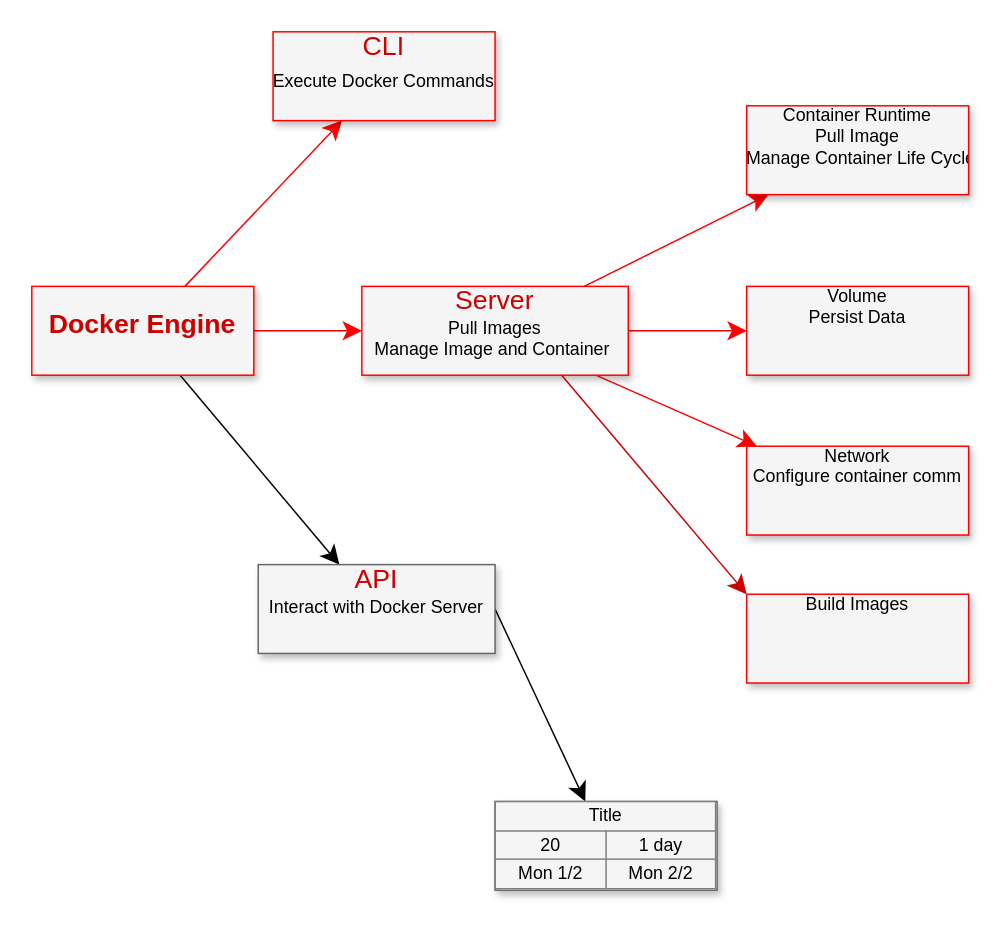
The draw.io diagram Docker Architecture Diagram.drawio in utkaln/learn-docker, before the edit. Source tidied: cells renumbered, new cells numbered last; positions are measured from the earlier drawing's top-left corner, leaving out a move shared by most shapes. Both pictures are drawn from the tidied source at 148%, with x=0, y=0 at pixel (31, 31).
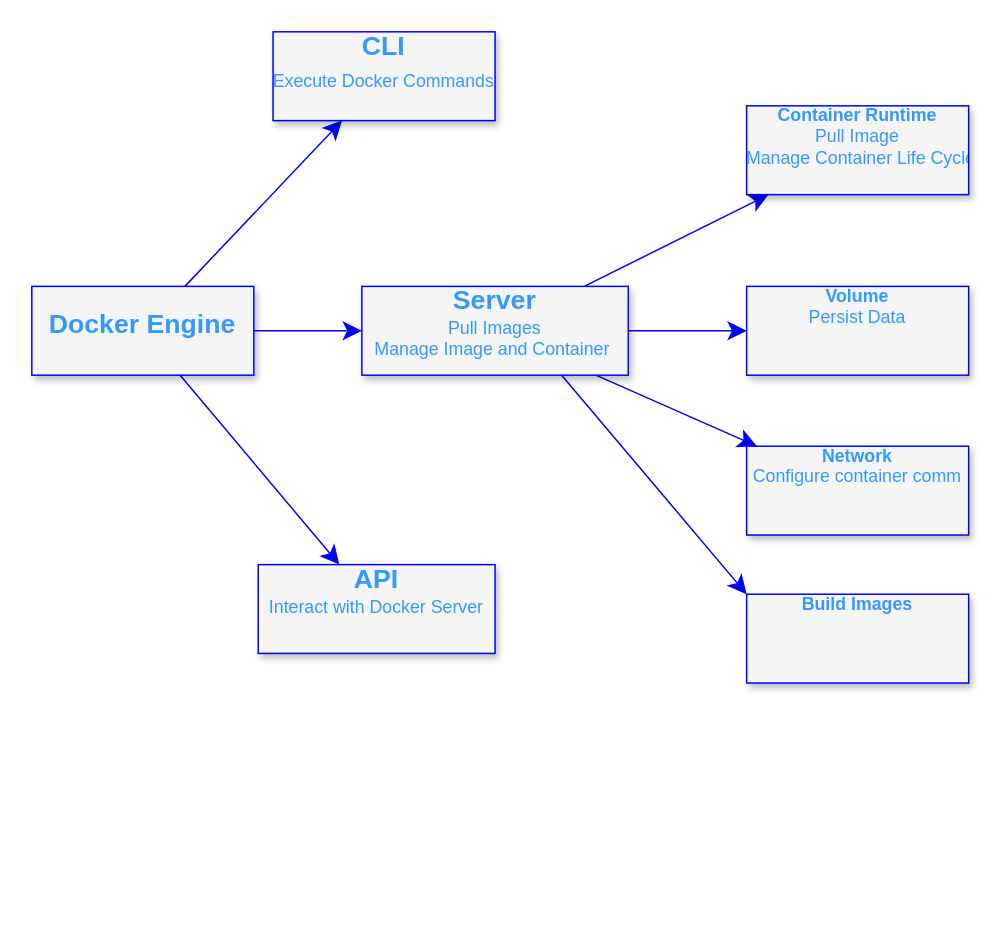
After the change.

What changed in the source:
```diff
@@
 <mxGraphModel>
   <root>
     <mxCell id="0" />
     <mxCell id="1" parent="0" />
-    <mxCell id="2" style="edgeStyle=none;curved=1;html=1;startSize=10;endArrow=classic;endFill=1;endSize=10;strokeColor=#FF0000;strokeWidth=1;fontSize=12;" parent="1" edge="1" source="5" target="7">
+    <mxCell id="2" style="edgeStyle=none;curved=1;html=1;startSize=10;endArrow=classic;endFill=1;endSize=10;strokeColor=#0000FF;strokeWidth=1;fontSize=12;" parent="1" edge="1" source="5" target="7">
       <mxGeometry relative="1" as="geometry" />
     </mxCell>
-    <mxCell id="3" style="edgeStyle=none;curved=1;html=1;startSize=10;endArrow=classic;endFill=1;endSize=10;strokeColor=#FF0000;strokeWidth=1;fontSize=12;" parent="1" edge="1" source="5" target="11">
+    <mxCell id="3" style="edgeStyle=none;curved=1;html=1;startSize=10;endArrow=classic;endFill=1;endSize=10;strokeColor=#0000FF;strokeWidth=1;fontSize=12;" parent="1" edge="1" source="5" target="11">
       <mxGeometry relative="1" as="geometry" />
     </mxCell>
-    <mxCell id="4" style="edgeStyle=none;curved=1;html=1;startSize=10;endArrow=classic;endFill=1;endSize=10;strokeWidth=1;fontSize=12;" parent="1" edge="1" source="5" target="14">
+    <mxCell id="4" style="edgeStyle=none;curved=1;html=1;startSize=10;endArrow=classic;endFill=1;endSize=10;strokeWidth=1;fontSize=12;strokeColor=#0000FF;" parent="1" edge="1" source="5" target="14">
       <mxGeometry relative="1" as="geometry" />
     </mxCell>
-    <mxCell id="5" value="&lt;h4&gt;&lt;font style=&quot;font-size: 18px&quot; color=&quot;#cc0000&quot;&gt;Docker Engine&lt;/font&gt;&lt;/h4&gt;" style="text;html=1;strokeColor=#FF0000;fillColor=#f5f5f5;overflow=fill;rounded=0;shadow=1;fontSize=12;align=center;" parent="1" vertex="1">
+    <mxCell id="5" value="&lt;h4&gt;&lt;font style=&quot;font-size: 18px&quot; color=&quot;#3399ff&quot;&gt;Docker Engine&lt;/font&gt;&lt;/h4&gt;" style="text;html=1;strokeColor=#0000FF;fillColor=#f5f5f5;overflow=fill;rounded=0;shadow=1;fontSize=12;align=center;" parent="1" vertex="1">
       <mxGeometry y="172" width="150" height="60" as="geometry" />
     </mxCell>
-    <mxCell id="6" value="Volume&lt;br&gt;Persist Data" style="text;html=1;strokeColor=#FF0000;fillColor=#f5f5f5;overflow=fill;rounded=0;shadow=1;fontSize=12;align=center;" parent="1" vertex="1">
+    <mxCell id="6" value="&lt;font color=&quot;#3399ff&quot;&gt;&lt;b&gt;Volume&lt;/b&gt;&lt;br&gt;Persist Data&lt;/font&gt;" style="text;html=1;strokeColor=#0000FF;fillColor=#f5f5f5;overflow=fill;rounded=0;shadow=1;fontSize=12;align=center;" parent="1" vertex="1">
       <mxGeometry x="483" y="172" width="150" height="60" as="geometry" />
     </mxCell>
-    <mxCell id="7" value="&lt;font color=&quot;#cc0000&quot; style=&quot;font-size: 18px&quot;&gt;CLI&lt;br&gt;&lt;/font&gt;Execute Docker Commands&lt;font color=&quot;#cc0000&quot; style=&quot;font-size: 18px&quot;&gt;&lt;br&gt;&lt;/font&gt;" style="text;html=1;strokeColor=#FF0000;fillColor=#f5f5f5;overflow=fill;rounded=0;shadow=1;fontSize=12;align=center;" parent="1" vertex="1">
+    <mxCell id="7" value="&lt;font style=&quot;font-size: 18px&quot;&gt;&lt;font color=&quot;#3399ff&quot;&gt;&lt;b&gt;CLI&lt;/b&gt;&lt;/font&gt;&lt;br&gt;&lt;/font&gt;&lt;font color=&quot;#3399ff&quot;&gt;Execute Docker Commands&lt;/font&gt;&lt;font color=&quot;#cc0000&quot; style=&quot;font-size: 18px&quot;&gt;&lt;br&gt;&lt;/font&gt;" style="text;html=1;strokeColor=#0000FF;fillColor=#f5f5f5;overflow=fill;rounded=0;shadow=1;fontSize=12;align=center;" parent="1" vertex="1">
       <mxGeometry x="163" width="150" height="60" as="geometry" />
     </mxCell>
-    <mxCell id="8" style="edgeStyle=none;curved=1;html=1;startSize=10;endArrow=classic;endFill=1;endSize=10;strokeColor=#FF0000;strokeWidth=1;fontSize=12;" parent="1" edge="1" source="11" target="15">
+    <mxCell id="8" style="edgeStyle=none;curved=1;html=1;startSize=10;endArrow=classic;endFill=1;endSize=10;strokeColor=#0000FF;strokeWidth=1;fontSize=12;" parent="1" edge="1" source="11" target="15">
       <mxGeometry relative="1" as="geometry" />
     </mxCell>
-    <mxCell id="9" style="edgeStyle=none;curved=1;html=1;startSize=10;endArrow=classic;endFill=1;endSize=10;strokeColor=#FF0000;strokeWidth=1;fontSize=12;" parent="1" edge="1" source="11" target="6">
+    <mxCell id="9" style="edgeStyle=none;curved=1;html=1;startSize=10;endArrow=classic;endFill=1;endSize=10;strokeColor=#0000FF;strokeWidth=1;fontSize=12;" parent="1" edge="1" source="11" target="6">
       <mxGeometry relative="1" as="geometry" />
     </mxCell>
-    <mxCell id="10" style="edgeStyle=none;curved=1;html=1;startSize=10;endArrow=classic;endFill=1;endSize=10;strokeColor=#FF0000;strokeWidth=1;fontSize=12;" parent="1" edge="1" source="11" target="16">
+    <mxCell id="10" style="edgeStyle=none;curved=1;html=1;startSize=10;endArrow=classic;endFill=1;endSize=10;strokeColor=#0000FF;strokeWidth=1;fontSize=12;" parent="1" edge="1" source="11" target="16">
       <mxGeometry relative="1" as="geometry" />
     </mxCell>
-    <mxCell id="11" value="&lt;font style=&quot;font-size: 18px&quot; color=&quot;#cc0000&quot;&gt;Server&lt;/font&gt;&lt;br&gt;Pull Images&lt;br&gt;Manage Image and Container&amp;nbsp;" style="text;html=1;strokeColor=#FF0000;fillColor=#f5f5f5;overflow=fill;rounded=0;shadow=1;fontSize=12;align=center;" parent="1" vertex="1">
+    <mxCell id="11" value="&lt;font style=&quot;font-size: 18px&quot; color=&quot;#3399ff&quot;&gt;&lt;b&gt;Server&lt;/b&gt;&lt;/font&gt;&lt;br&gt;&lt;font color=&quot;#3399ff&quot;&gt;Pull Images&lt;br&gt;Manage Image and Container&amp;nbsp;&lt;/font&gt;" style="text;html=1;strokeColor=#0000FF;fillColor=#f5f5f5;overflow=fill;rounded=0;shadow=1;fontSize=12;align=center;" parent="1" vertex="1">
       <mxGeometry x="223" y="172" width="180" height="60" as="geometry" />
     </mxCell>
-    <mxCell id="12" style="edgeStyle=none;curved=1;html=1;startSize=10;endArrow=classic;endFill=1;endSize=10;strokeWidth=1;fontSize=12;exitX=1;exitY=0.5;exitDx=0;exitDy=0;" parent="1" edge="1" source="14" target="17">
-      <mxGeometry relative="1" as="geometry" />
-    </mxCell>
-    <mxCell id="13" style="edgeStyle=none;curved=1;html=1;startSize=10;endArrow=classic;endFill=1;endSize=10;strokeWidth=1;fontSize=12;exitX=0.75;exitY=1;exitDx=0;exitDy=0;entryX=0;entryY=0;entryDx=0;entryDy=0;strokeColor=#CC0000;" parent="1" edge="1" source="11" target="18">
+    <mxCell id="13" style="edgeStyle=none;curved=1;html=1;startSize=10;endArrow=classic;endFill=1;endSize=10;strokeWidth=1;fontSize=12;exitX=0.75;exitY=1;exitDx=0;exitDy=0;entryX=0;entryY=0;entryDx=0;entryDy=0;strokeColor=#0000FF;" parent="1" edge="1" source="11" target="18">
       <mxGeometry relative="1" as="geometry" />
     </mxCell>
-    <mxCell id="14" value="&lt;font color=&quot;#cc0000&quot; style=&quot;font-size: 18px&quot;&gt;API&lt;/font&gt;&lt;br&gt;Interact with Docker Server" style="text;html=1;strokeColor=#666666;fillColor=#f5f5f5;overflow=fill;rounded=0;shadow=1;fontSize=12;align=center;" parent="1" vertex="1">
+    <mxCell id="14" value="&lt;font color=&quot;#3399ff&quot;&gt;&lt;b&gt;&lt;font style=&quot;font-size: 18px&quot;&gt;API&lt;/font&gt;&lt;br&gt;&lt;/b&gt;Interact with Docker Server&lt;/font&gt;" style="text;html=1;strokeColor=#0000FF;fillColor=#f5f5f5;overflow=fill;rounded=0;shadow=1;fontSize=12;align=center;" parent="1" vertex="1">
       <mxGeometry x="153" y="360" width="160" height="60" as="geometry" />
     </mxCell>
-    <mxCell id="15" value="Container Runtime&lt;br&gt;Pull Image&lt;br&gt;Manage Container Life Cycle" style="text;html=1;strokeColor=#FF0000;fillColor=#f5f5f5;overflow=fill;rounded=0;shadow=1;fontSize=12;align=center;" parent="1" vertex="1">
+    <mxCell id="15" value="&lt;b&gt;&lt;font color=&quot;#3399ff&quot;&gt;Container Runtime&lt;br&gt;&lt;/font&gt;&lt;/b&gt;&lt;font color=&quot;#3399ff&quot;&gt;Pull Image&lt;br&gt;Manage Container Life Cycle&lt;/font&gt;" style="text;html=1;strokeColor=#0000FF;fillColor=#f5f5f5;overflow=fill;rounded=0;shadow=1;fontSize=12;align=center;" parent="1" vertex="1">
       <mxGeometry x="483" y="50" width="150" height="60" as="geometry" />
     </mxCell>
-    <mxCell id="16" value="Network&lt;br&gt;Configure container comm" style="text;html=1;strokeColor=#FF0000;fillColor=#f5f5f5;overflow=fill;rounded=0;shadow=1;fontSize=12;align=center;" parent="1" vertex="1">
+    <mxCell id="16" value="&lt;font color=&quot;#3399ff&quot;&gt;&lt;b&gt;Network&lt;/b&gt;&lt;br&gt;Configure container comm&lt;/font&gt;" style="text;html=1;strokeColor=#0000FF;fillColor=#f5f5f5;overflow=fill;rounded=0;shadow=1;fontSize=12;align=center;" parent="1" vertex="1">
       <mxGeometry x="483" y="280" width="150" height="60" as="geometry" />
     </mxCell>
-    <mxCell id="17" value="&lt;table border=&quot;1&quot; width=&quot;100%&quot; style=&quot;width: 100% ; height: 100% ; border-collapse: collapse&quot;&gt;&lt;tbody&gt;&lt;tr&gt;&lt;td colspan=&quot;2&quot; align=&quot;center&quot;&gt;&lt;font style=&quot;font-size: 12px&quot;&gt;Title&lt;/font&gt;&lt;/td&gt;&lt;/tr&gt;&lt;tr&gt;&lt;td align=&quot;center&quot;&gt;20&lt;/td&gt;&lt;td align=&quot;center&quot;&gt;&lt;font style=&quot;font-size: 12px&quot;&gt;1 day&lt;/font&gt;&lt;/td&gt;&lt;/tr&gt;&lt;tr&gt;&lt;td align=&quot;center&quot;&gt;&lt;font style=&quot;font-size: 12px&quot;&gt;Mon 1/2&lt;/font&gt;&lt;/td&gt;&lt;td align=&quot;center&quot;&gt;&lt;font style=&quot;font-size: 12px&quot;&gt;Mon 2/2&lt;/font&gt;&lt;/td&gt;&lt;/tr&gt;&lt;/tbody&gt;&lt;/table&gt;" style="text;html=1;strokeColor=#666666;fillColor=#f5f5f5;overflow=fill;rounded=0;shadow=1;fontSize=12;align=center;" parent="1" vertex="1">
-      <mxGeometry x="313" y="520" width="150" height="60" as="geometry" />
-    </mxCell>
-    <mxCell id="18" value="Build Images" style="text;html=1;strokeColor=#FF0000;fillColor=#f5f5f5;overflow=fill;rounded=0;shadow=1;fontSize=12;align=center;" parent="1" vertex="1">
+    <mxCell id="18" value="&lt;b&gt;&lt;font color=&quot;#3399ff&quot;&gt;Build Images&lt;/font&gt;&lt;/b&gt;" style="text;html=1;strokeColor=#0000FF;fillColor=#f5f5f5;overflow=fill;rounded=0;shadow=1;fontSize=12;align=center;" parent="1" vertex="1">
       <mxGeometry x="483" y="380" width="150" height="60" as="geometry" />
     </mxCell>
   </root>
 </mxGraphModel>
```
